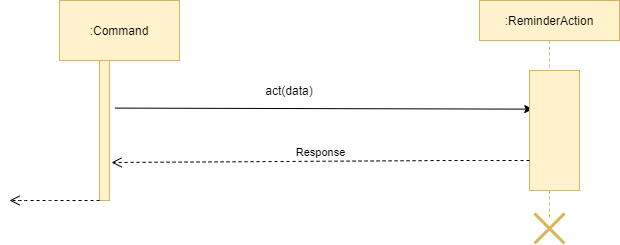
The draw.io diagram docs/Images/ReminderAction_Sequence_Diagram.png in scjx123/tp, before a commit. Source tidied: cells renumbered, new cells last; positions are measured from the earlier drawing's top-left corner, leaving out a move shared by most shapes.
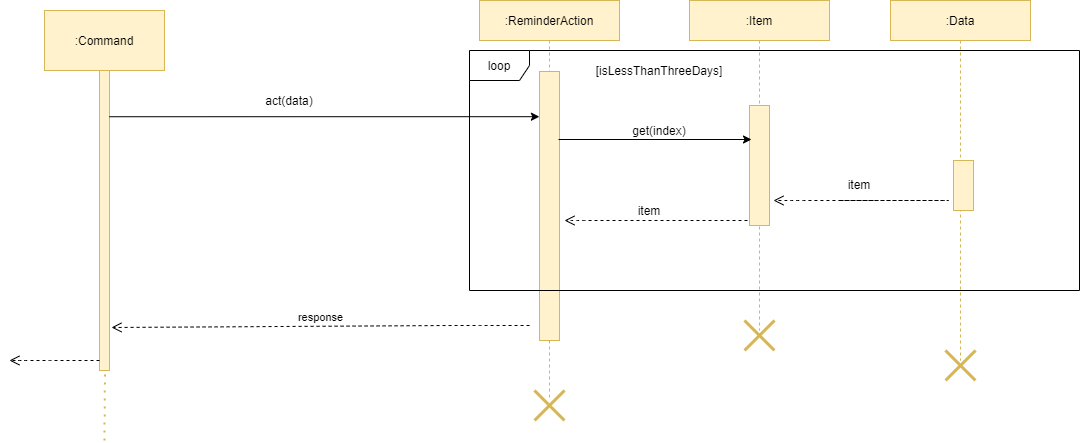
The same diagram one commit later.

Commit message:
Update developer guide sequence diagram

Change to the diagram source:
```diff
@@ -3,45 +3,112 @@
     <mxCell id="0" />
     <mxCell id="1" parent="0" />
     <mxCell id="2" value=":Command" style="rounded=0;whiteSpace=wrap;html=1;fillColor=#fff2cc;strokeColor=#d6b656;" parent="1" vertex="1">
-      <mxGeometry x="50" width="120" height="60" as="geometry" />
+      <mxGeometry x="35" width="120" height="60" as="geometry" />
     </mxCell>
     <mxCell id="3" style="points=[];perimeter=orthogonalPerimeter;rounded=0;shadow=0;strokeWidth=1;fillColor=#fff2cc;strokeColor=#d6b656;" parent="1" vertex="1">
-      <mxGeometry x="90" y="60" width="10" height="140" as="geometry" />
+      <mxGeometry x="90" y="60" width="10" height="300" as="geometry" />
     </mxCell>
-    <mxCell id="4" style="endArrow=classic;html=1;exitX=1.545;exitY=0.34;exitDx=0;exitDy=0;exitPerimeter=0;entryX=0.065;entryY=0.322;entryDx=0;entryDy=0;entryPerimeter=0;" parent="1" edge="1" source="3" target="7">
-      <mxGeometry relative="1" as="geometry" />
+    <mxCell id="4" style="endArrow=classic;html=1;exitX=0.99;exitY=0.109;exitDx=0;exitDy=0;exitPerimeter=0;entryX=-0.005;entryY=0.168;entryDx=0;entryDy=0;entryPerimeter=0;" parent="1" edge="1" target="7">
+      <mxGeometry relative="1" as="geometry">
+        <mxPoint x="99.9" y="106.2" as="sourcePoint" />
+      </mxGeometry>
     </mxCell>
     <mxCell id="5" value="act(data)" style="text;html=1;strokeColor=none;fillColor=none;align=center;verticalAlign=middle;whiteSpace=wrap;rounded=0;" parent="1" vertex="1">
       <mxGeometry x="260" y="80" width="40" height="20" as="geometry" />
     </mxCell>
     <mxCell id="6" value=":ReminderAction" style="shape=umlLifeline;perimeter=lifelinePerimeter;rounded=0;shadow=0;strokeWidth=1;fillColor=#fff2cc;strokeColor=#d6b656;" parent="1" vertex="1">
-      <mxGeometry x="470" width="140" height="220" as="geometry" />
+      <mxGeometry x="470" y="-10" width="140" height="400" as="geometry" />
     </mxCell>
     <mxCell id="7" style="rounded=0;whiteSpace=wrap;html=1;shadow=0;glass=0;sketch=0;fillColor=#fff2cc;strokeColor=#d6b656;" parent="6" vertex="1">
-      <mxGeometry x="50" y="70" width="50" height="120" as="geometry" />
+      <mxGeometry x="60" y="71" width="20" height="269" as="geometry" />
     </mxCell>
-    <mxCell id="8" value="Response" style="html=1;verticalAlign=bottom;endArrow=open;dashed=1;endSize=8;" parent="1" edge="1">
+    <mxCell id="8" value="response" style="html=1;verticalAlign=bottom;endArrow=open;dashed=1;endSize=8;" parent="1" edge="1">
       <mxGeometry relative="1" as="geometry">
-        <mxPoint x="520.1" y="160" as="sourcePoint" />
-        <mxPoint x="102" y="162" as="targetPoint" />
+        <mxPoint x="520.1" y="315" as="sourcePoint" />
+        <mxPoint x="102" y="317" as="targetPoint" />
         <Array as="points">
-          <mxPoint x="480.1" y="160" />
-          <mxPoint x="440.1" y="160" />
+          <mxPoint x="480.1" y="315" />
+          <mxPoint x="440.1" y="315" />
         </Array>
       </mxGeometry>
     </mxCell>
     <mxCell id="9" style="html=1;verticalAlign=bottom;endArrow=open;dashed=1;endSize=8;" parent="1" edge="1">
       <mxGeometry relative="1" as="geometry">
-        <mxPoint x="90.1" y="200" as="sourcePoint" />
-        <mxPoint y="200" as="targetPoint" />
+        <mxPoint x="90" y="350" as="sourcePoint" />
+        <mxPoint x="-0.1" y="350" as="targetPoint" />
         <Array as="points">
-          <mxPoint x="50.1" y="200" />
-          <mxPoint x="10.1" y="200" />
+          <mxPoint x="50" y="350" />
+          <mxPoint x="10" y="350" />
         </Array>
       </mxGeometry>
     </mxCell>
     <mxCell id="10" style="shape=umlDestroy;whiteSpace=wrap;html=1;strokeWidth=3;rounded=0;shadow=0;glass=0;sketch=0;fillColor=#fff2cc;strokeColor=#d6b656;" parent="1" vertex="1">
-      <mxGeometry x="525" y="213" width="30" height="30" as="geometry" />
+      <mxGeometry x="936" y="340" width="30" height="30" as="geometry" />
     </mxCell>
+    <mxCell id="11" value=":Data" style="shape=umlLifeline;perimeter=lifelinePerimeter;rounded=0;shadow=0;strokeWidth=1;fillColor=#fff2cc;strokeColor=#d6b656;" parent="1" vertex="1">
+      <mxGeometry x="881" y="-10" width="140" height="360" as="geometry" />
+    </mxCell>
+    <mxCell id="12" style="rounded=0;whiteSpace=wrap;html=1;shadow=0;glass=0;sketch=0;fillColor=#fff2cc;strokeColor=#d6b656;" parent="11" vertex="1">
+      <mxGeometry x="63" y="160" width="20" height="50" as="geometry" />
+    </mxCell>
+    <mxCell id="13" value="get(index)" style="text;html=1;strokeColor=none;fillColor=none;align=center;verticalAlign=middle;whiteSpace=wrap;rounded=0;" parent="1" vertex="1">
+      <mxGeometry x="630" y="110" width="40" height="20" as="geometry" />
+    </mxCell>
+    <mxCell id="14" value=":Item" style="shape=umlLifeline;perimeter=lifelinePerimeter;rounded=0;shadow=0;strokeWidth=1;fillColor=#fff2cc;strokeColor=#d6b656;" parent="1" vertex="1">
+      <mxGeometry x="680" y="-10" width="140" height="330" as="geometry" />
+    </mxCell>
+    <mxCell id="15" style="rounded=0;whiteSpace=wrap;html=1;shadow=0;glass=0;sketch=0;fillColor=#fff2cc;strokeColor=#d6b656;" parent="14" vertex="1">
+      <mxGeometry x="60" y="105" width="20" height="120" as="geometry" />
+    </mxCell>
+    <mxCell id="16" value="item" style="text;html=1;strokeColor=none;fillColor=none;align=center;verticalAlign=middle;whiteSpace=wrap;rounded=0;" parent="1" vertex="1">
+      <mxGeometry x="830" y="164" width="40" height="20" as="geometry" />
+    </mxCell>
+    <mxCell id="17" style="endArrow=classic;html=1;exitX=0.99;exitY=0.109;exitDx=0;exitDy=0;exitPerimeter=0;" parent="1" edge="1">
+      <mxGeometry relative="1" as="geometry">
+        <mxPoint x="549" y="129" as="sourcePoint" />
+        <mxPoint x="742" y="129" as="targetPoint" />
+      </mxGeometry>
+    </mxCell>
+    <mxCell id="18" style="html=1;verticalAlign=bottom;endArrow=open;dashed=1;endSize=8;exitX=0;exitY=0.75;exitDx=0;exitDy=0;" parent="1" edge="1">
+      <mxGeometry relative="1" as="geometry">
+        <mxPoint x="738" y="210" as="sourcePoint" />
+        <mxPoint x="555" y="210" as="targetPoint" />
+        <Array as="points">
+          <mxPoint x="605.1" y="210" />
+          <mxPoint x="565.1" y="210" />
+        </Array>
+      </mxGeometry>
+    </mxCell>
+    <mxCell id="19" value="item" style="text;html=1;strokeColor=none;fillColor=none;align=center;verticalAlign=middle;whiteSpace=wrap;rounded=0;" parent="1" vertex="1">
+      <mxGeometry x="620" y="190" width="40" height="20" as="geometry" />
+    </mxCell>
+    <mxCell id="20" style="html=1;verticalAlign=bottom;endArrow=open;dashed=1;endSize=8;" parent="1" edge="1">
+      <mxGeometry relative="1" as="geometry">
+        <mxPoint x="864.1" y="190" as="sourcePoint" />
+        <mxPoint x="764" y="190" as="targetPoint" />
+        <Array as="points">
+          <mxPoint x="824.1" y="190" />
+          <mxPoint x="944" y="190" />
+          <mxPoint x="784.1" y="190" />
+        </Array>
+      </mxGeometry>
+    </mxCell>
+    <mxCell id="21" value="[isLessThanThreeDays]" style="text;html=1;strokeColor=none;fillColor=none;align=center;verticalAlign=middle;whiteSpace=wrap;rounded=0;" parent="1" vertex="1">
+      <mxGeometry x="630" y="50" width="40" height="20" as="geometry" />
+    </mxCell>
+    <mxCell id="22" style="shape=umlDestroy;whiteSpace=wrap;html=1;strokeWidth=3;rounded=0;shadow=0;glass=0;sketch=0;fillColor=#fff2cc;strokeColor=#d6b656;" parent="1" vertex="1">
+      <mxGeometry x="735" y="310" width="30" height="30" as="geometry" />
+    </mxCell>
+    <mxCell id="23" style="shape=umlDestroy;whiteSpace=wrap;html=1;strokeWidth=3;rounded=0;shadow=0;glass=0;sketch=0;fillColor=#fff2cc;strokeColor=#d6b656;" parent="1" vertex="1">
+      <mxGeometry x="525" y="380" width="30" height="30" as="geometry" />
+    </mxCell>
+    <mxCell id="24" style="endArrow=none;dashed=1;html=1;dashPattern=1 3;strokeWidth=2;entryX=0.545;entryY=1.011;entryDx=0;entryDy=0;entryPerimeter=0;fillColor=#fff2cc;strokeColor=#d6b656;" parent="1" edge="1" target="3">
+      <mxGeometry relative="1" as="geometry">
+        <mxPoint x="95" y="430" as="sourcePoint" />
+      </mxGeometry>
+    </mxCell>
+    <mxCell id="25" value="loop" style="shape=umlFrame;whiteSpace=wrap;html=1;" parent="1" vertex="1">
+      <mxGeometry x="460" y="40" width="610" height="240" as="geometry" />
+    </mxCell>
   </root>
 </mxGraphModel>
```
